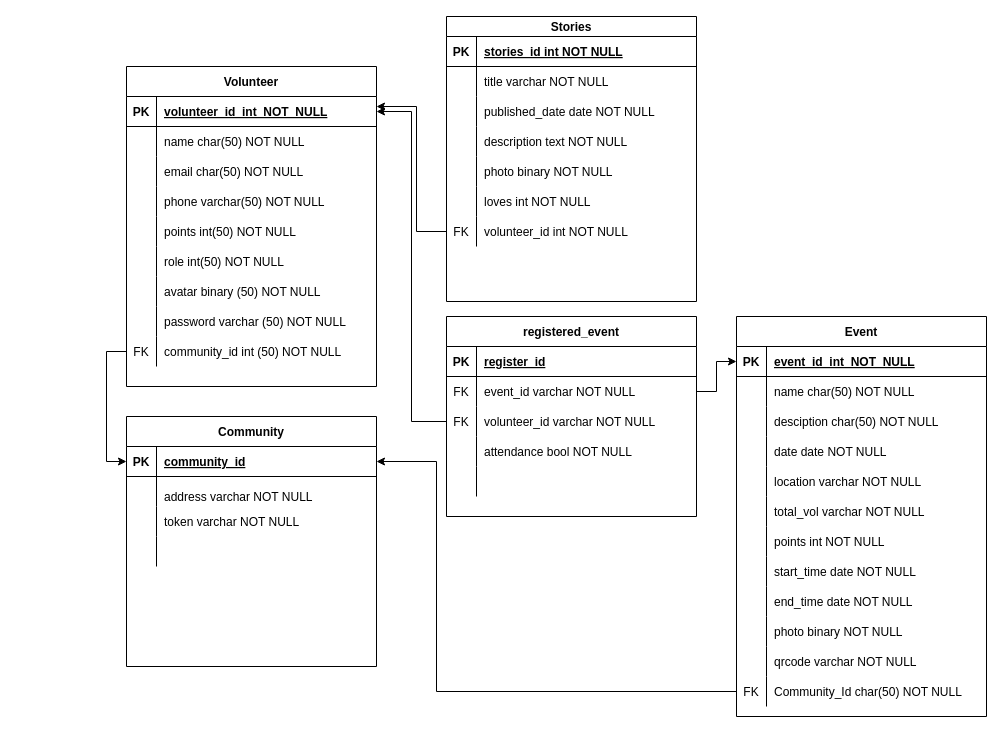
TitikJumpa/titik-jumpa-db keeps this draw.io diagram as titik-jumpa-db.drawio. Above is the earlier version. Source tidied: cells renumbered, new cells numbered last; positions are measured from the earlier drawing's top-left corner, leaving out a move shared by most shapes. Both pictures are drawn from the tidied source at 100%, with x=0, y=0 at pixel (16, 16).
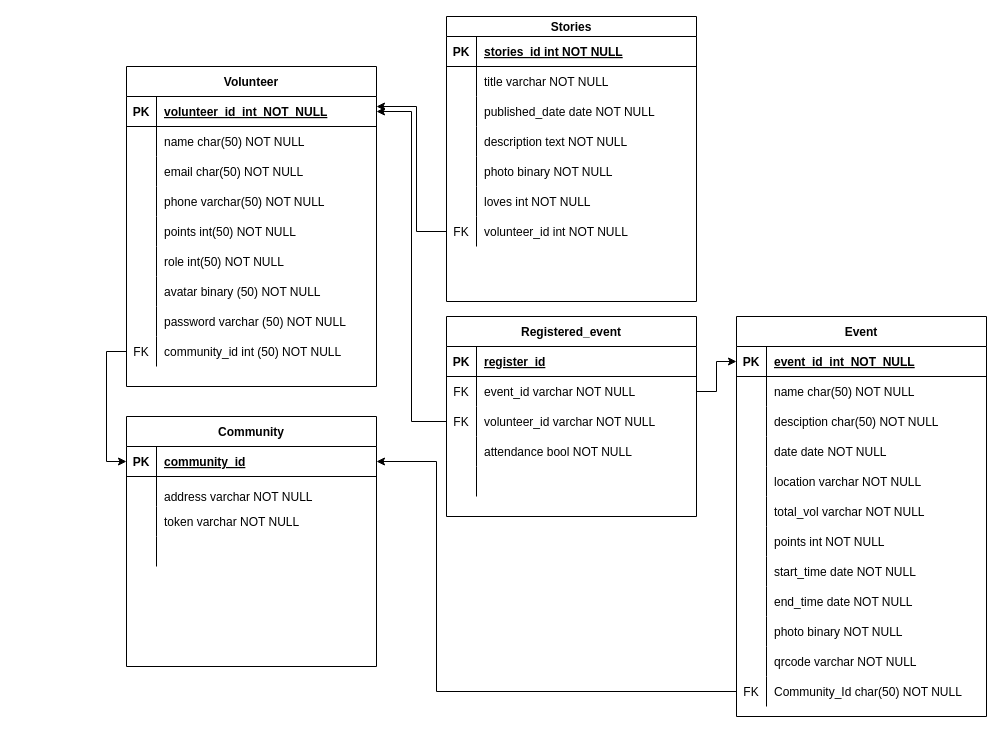
The same diagram, later.

Diff of the diagram source:
```diff
@@
-    <mxCell id="70" value="registered_event" style="shape=table;startSize=30;childLayout=tableLayout;rowLines=0;fontStyle=1;align=center;" parent="1" vertex="1">
+    <mxCell id="70" value="Registered_event" style="shape=table;startSize=30;childLayout=tableLayout;rowLines=0;fontStyle=1;align=center;" parent="1" vertex="1">
       <mxGeometry x="430" y="300" width="250" height="200" as="geometry" />
     </mxCell>
```
